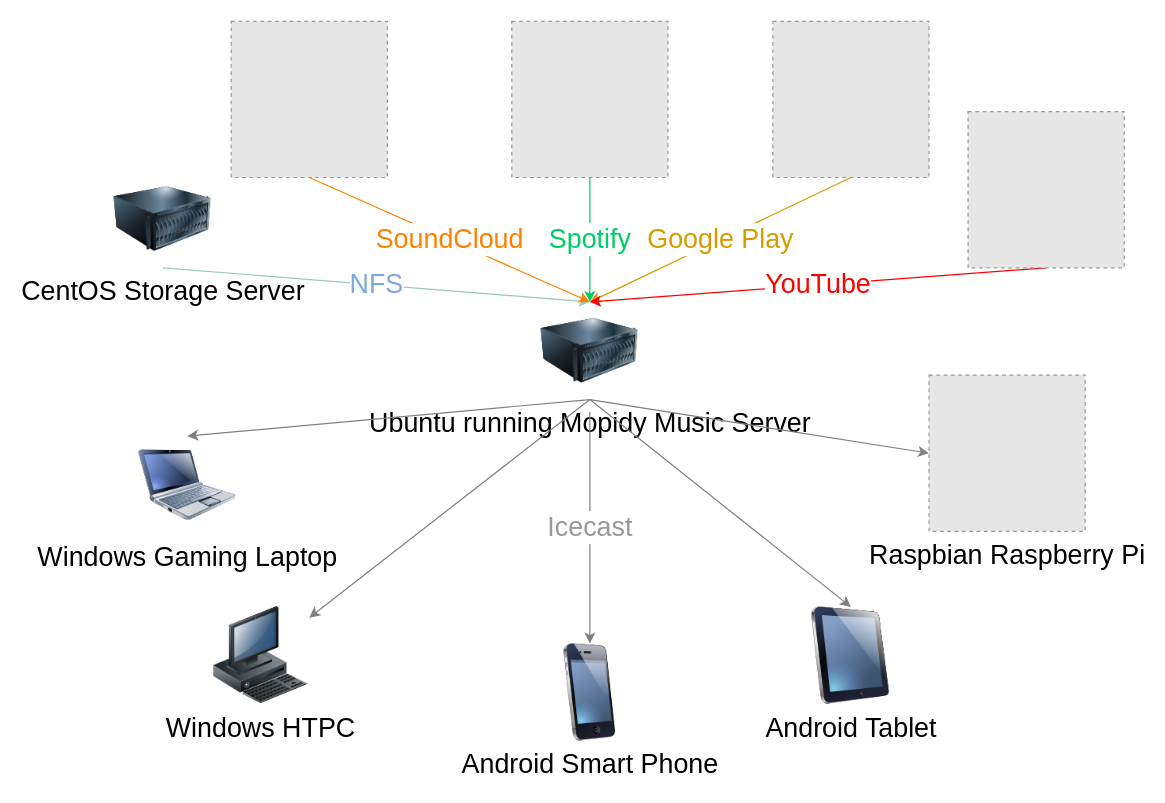
Before: Music Streaming Service.drawio in syedrali/architecture, a draw.io diagram. Source tidied: cells renumbered, new cells numbered last; positions are measured from the earlier drawing's top-left corner, leaving out a move shared by most shapes. Both pictures are drawn from the tidied source at 122%, with x=0, y=0 at pixel (113, 21). Pictures stored in the file or linked from it are replaced by grey dashed boxes.
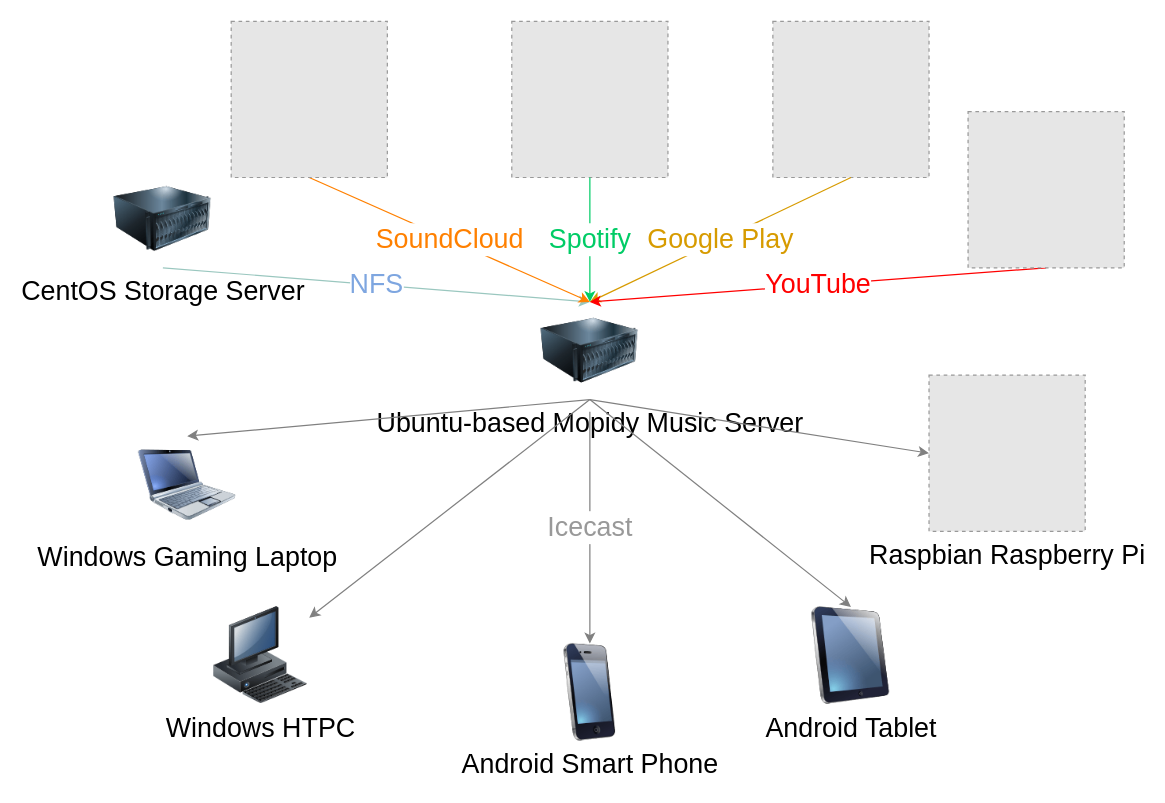
The same page after the edit.

Commit message (it also covers changes not shown here):
Amended label on music streaming service diagram.

Diff of the diagram source:
```diff
@@
-    <mxCell id="6" value="&lt;font style=&quot;font-size: 22px&quot;&gt;Ubuntu running Mopidy Music Server&lt;br&gt;&lt;/font&gt;" style="image;html=1;labelBackgroundColor=#ffffff;image=img/lib/clip_art/computers/Server_128x128.png;" parent="1" vertex="1">
+    <mxCell id="6" value="&lt;font style=&quot;font-size: 22px&quot;&gt;Ubuntu-based Mopidy Music Server&lt;br&gt;&lt;/font&gt;" style="image;html=1;labelBackgroundColor=#ffffff;image=img/lib/clip_art/computers/Server_128x128.png;" parent="1" vertex="1">
       <mxGeometry x="350" y="230" width="80" height="80" as="geometry" />
     </mxCell>
```
